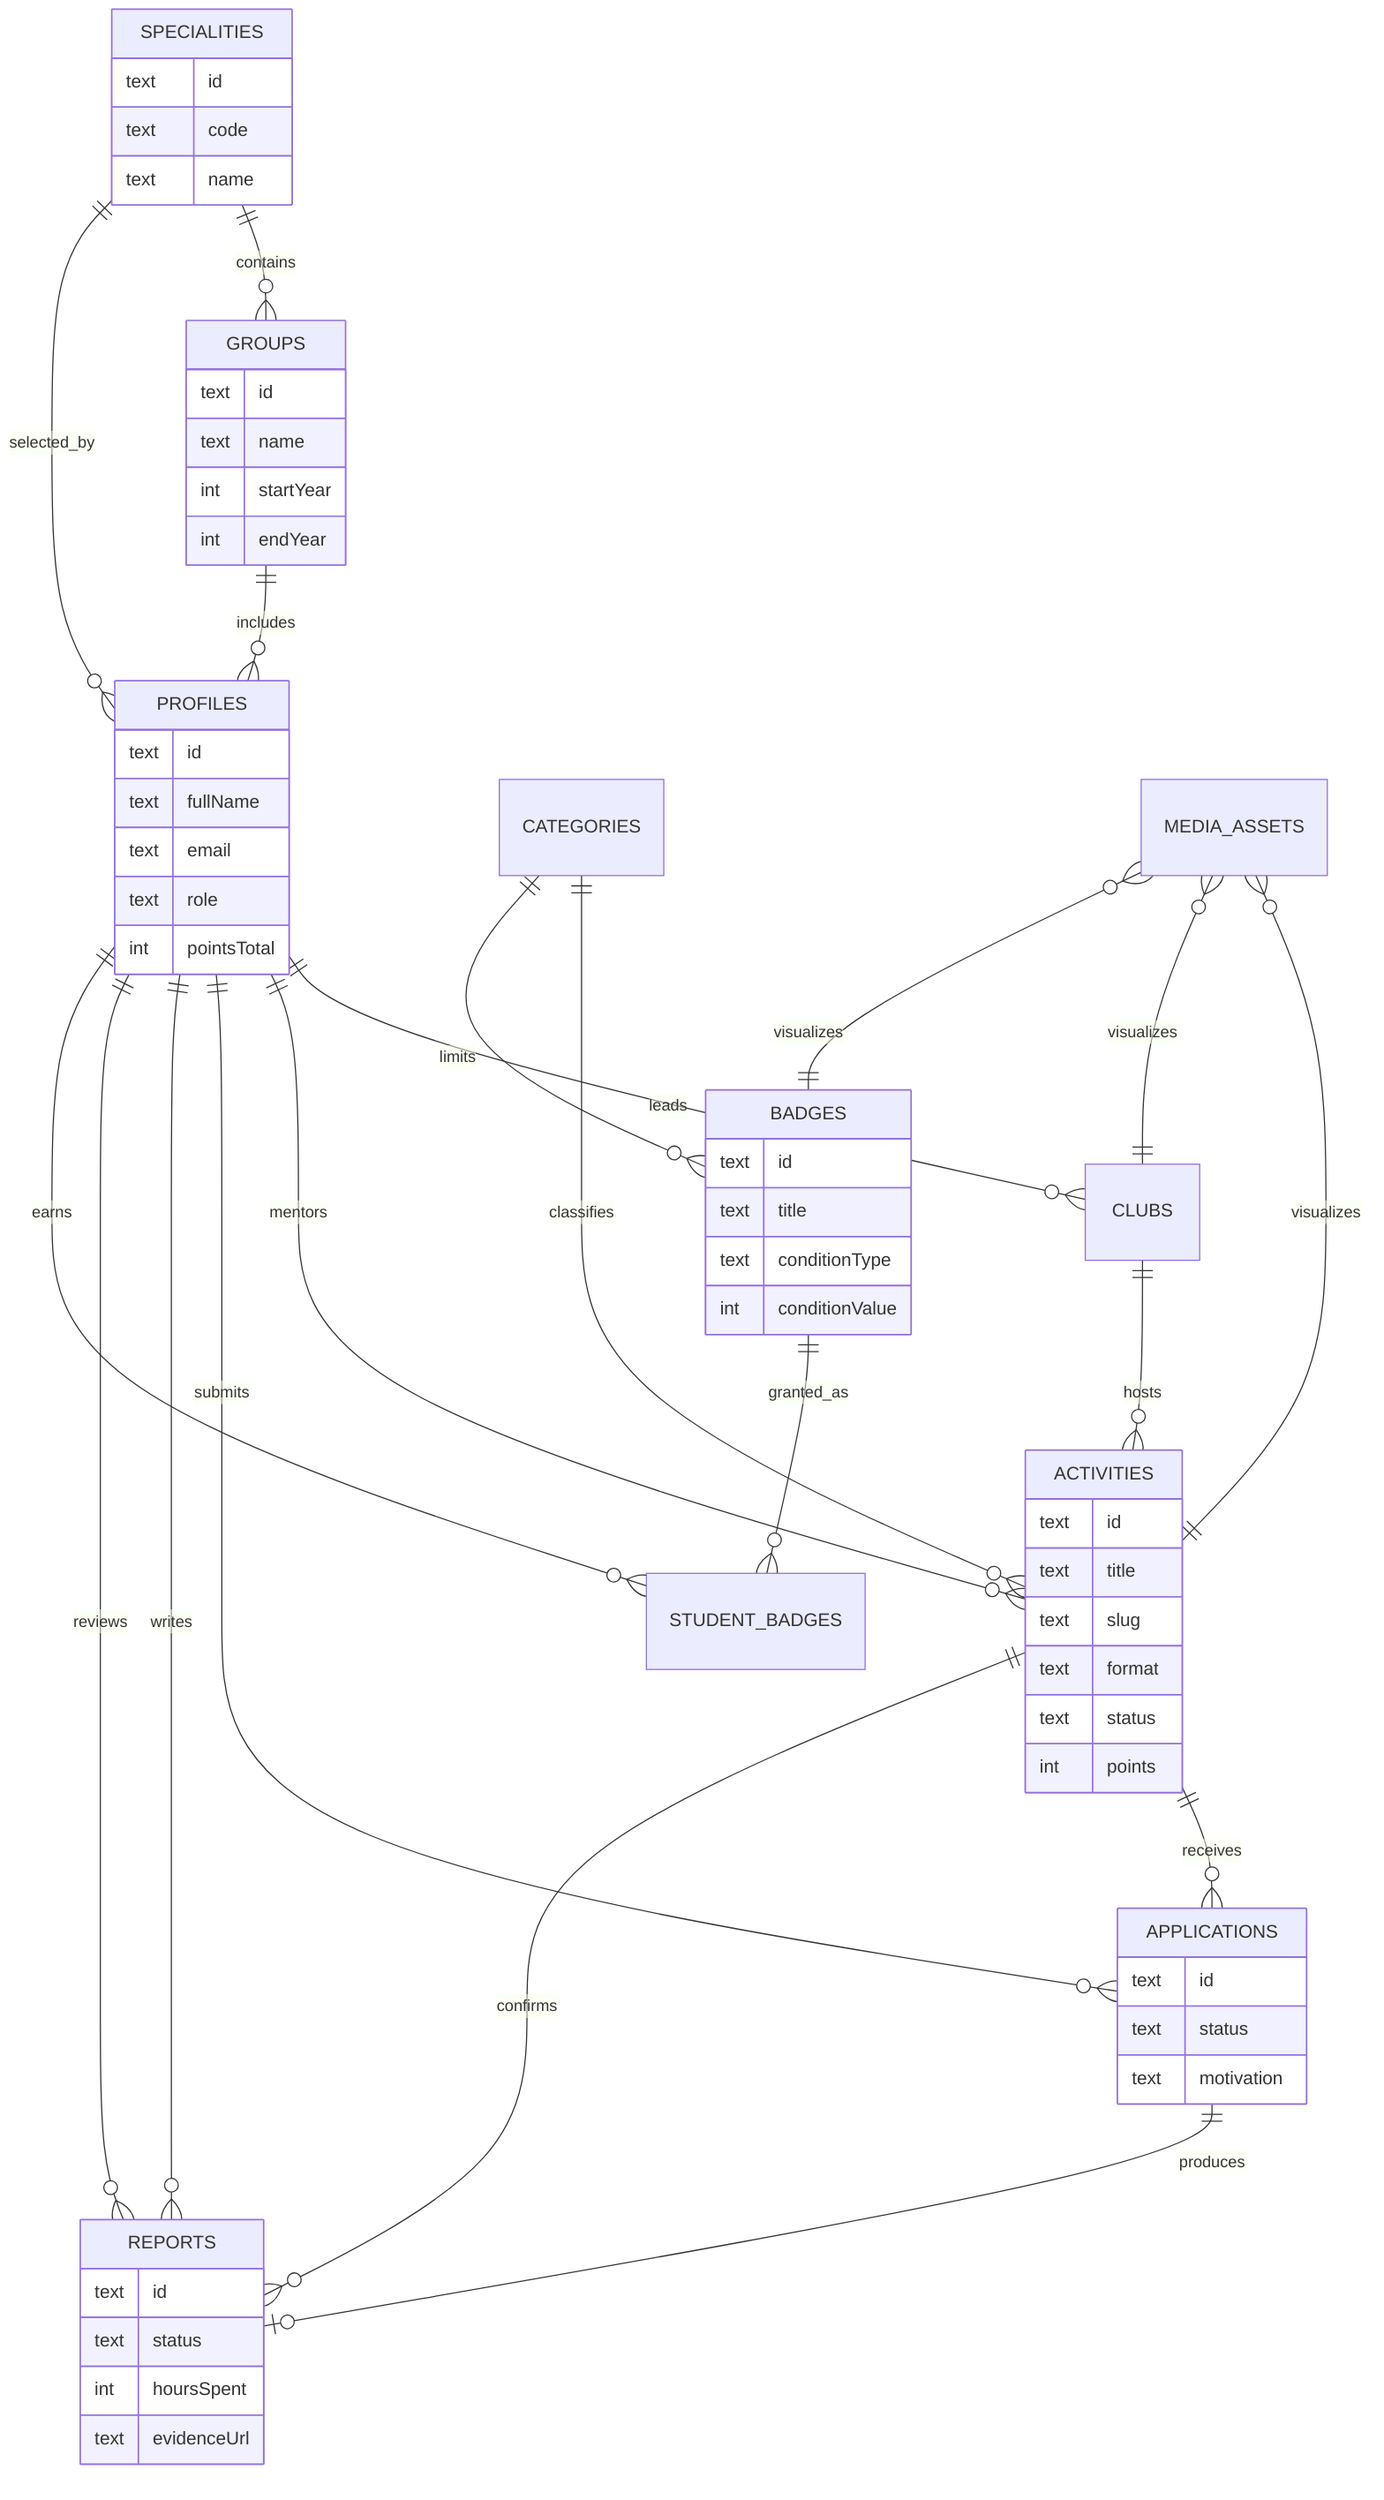
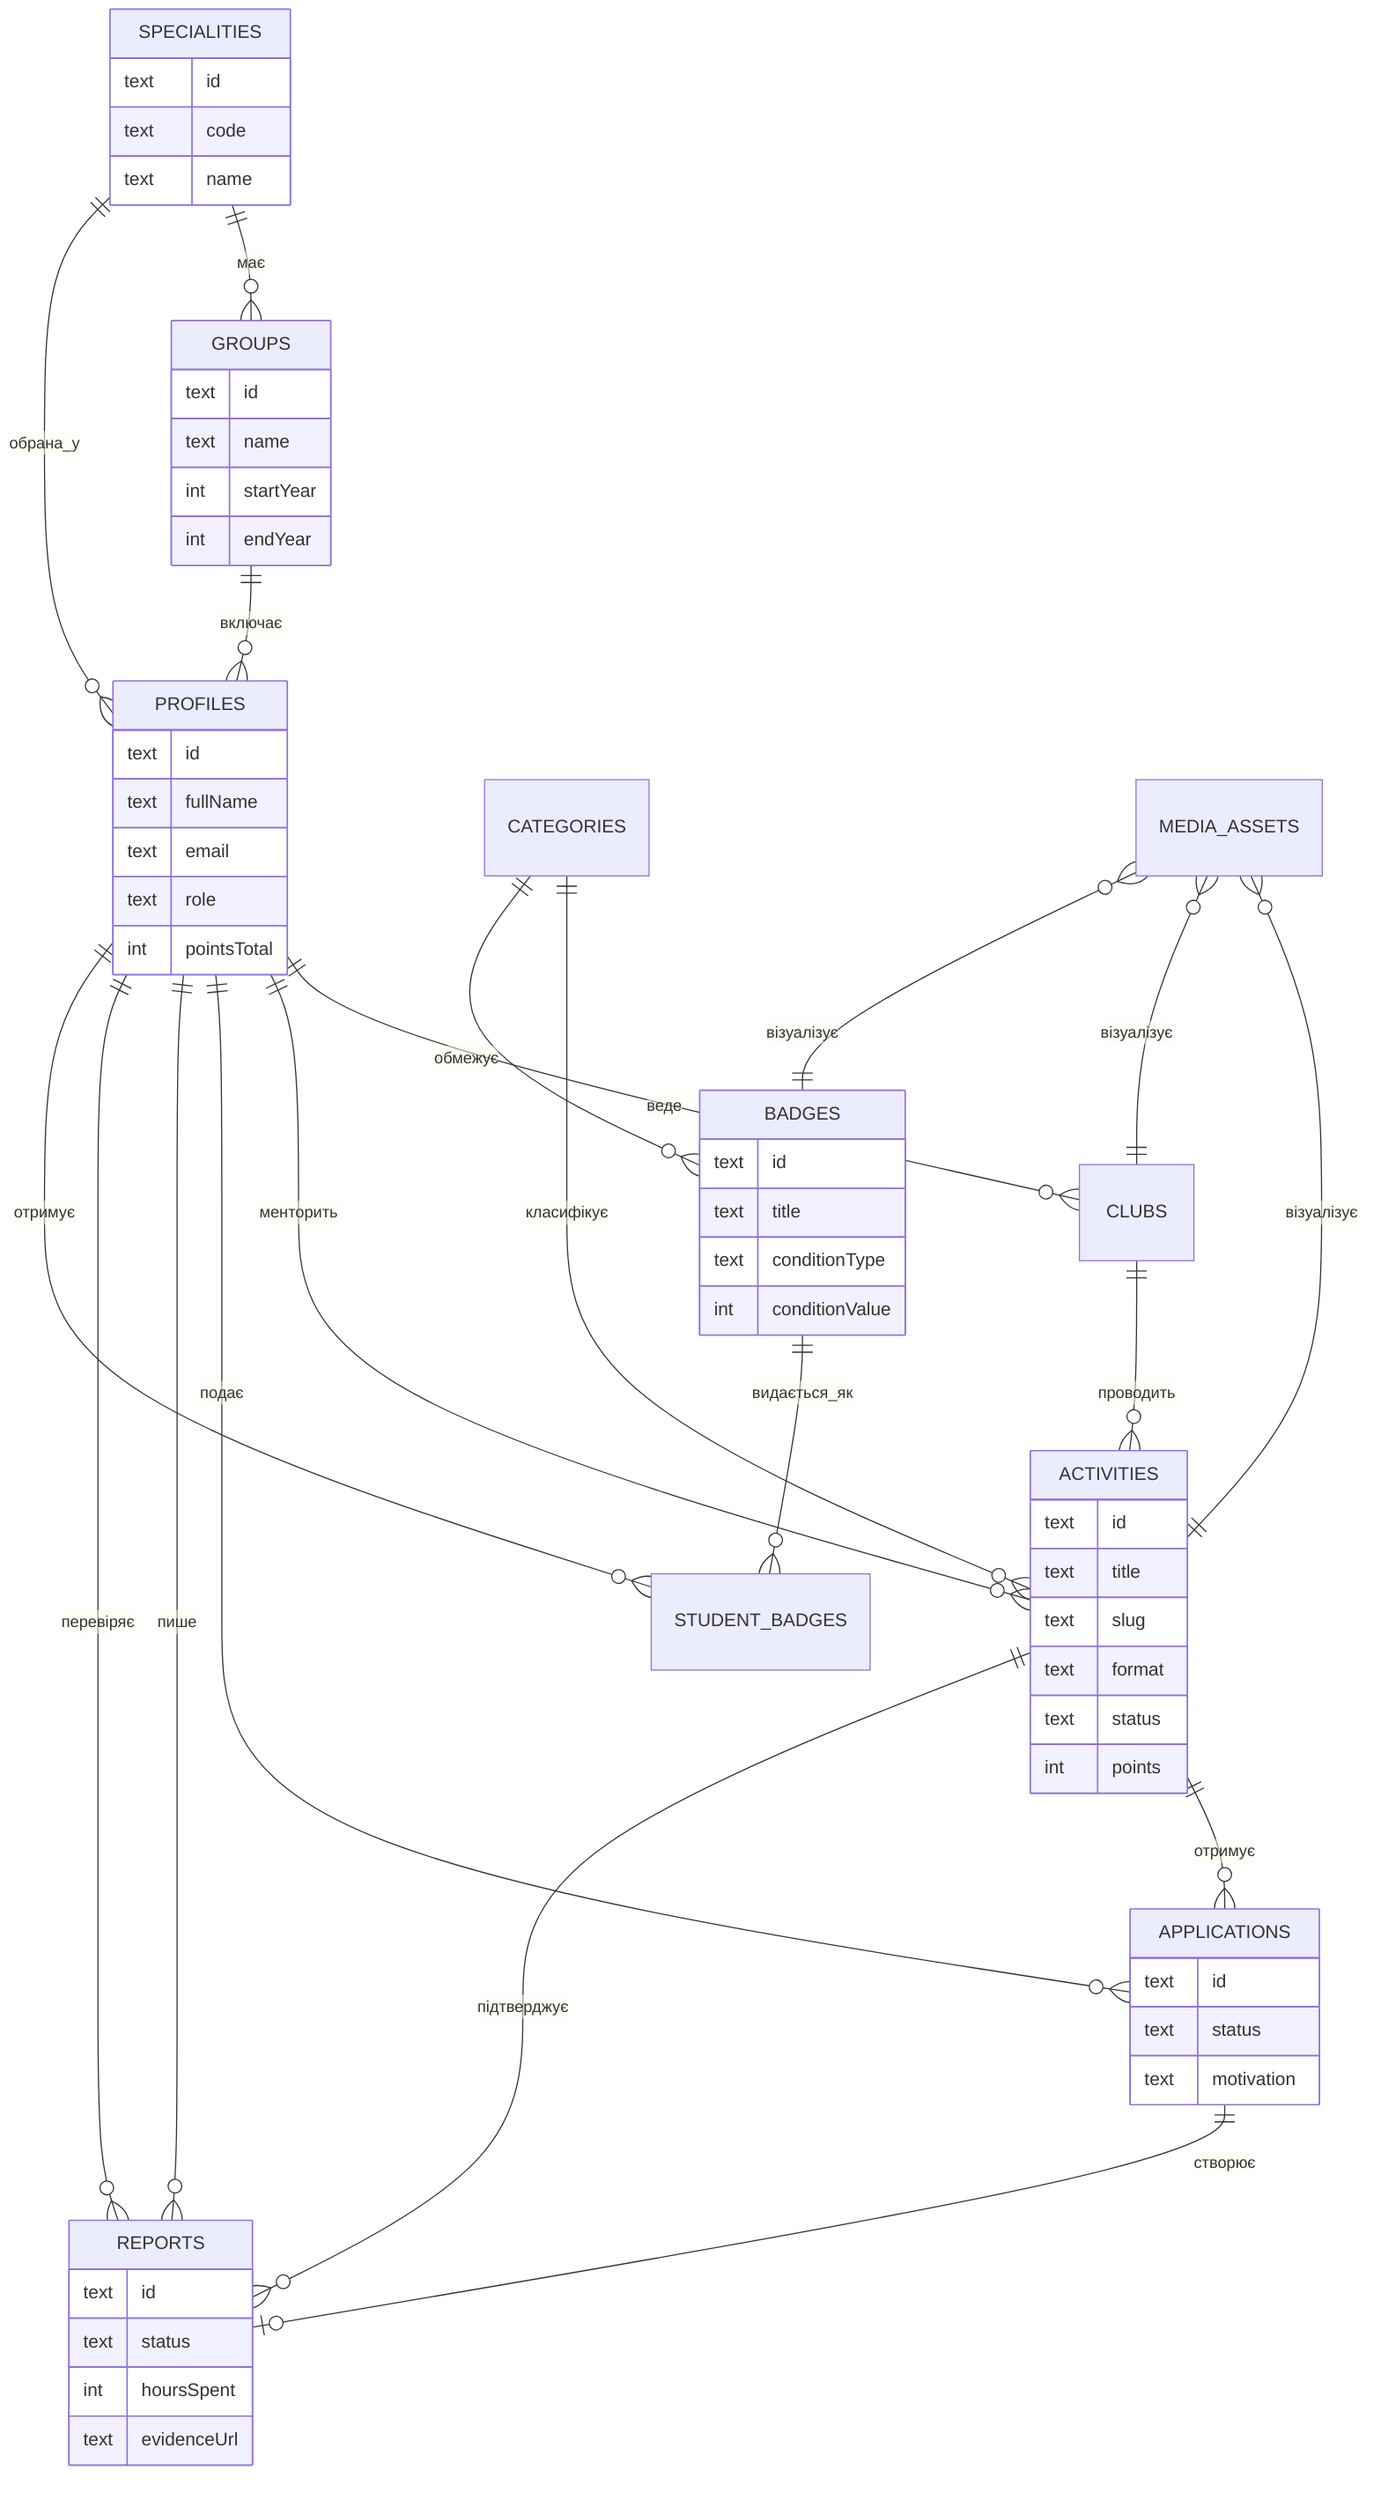
erDiagram
-   SPECIALITIES ||--o{ GROUPS : contains
-   SPECIALITIES ||--o{ PROFILES : selected_by
-   GROUPS ||--o{ PROFILES : includes
-   PROFILES ||--o{ CLUBS : leads
-   PROFILES ||--o{ ACTIVITIES : mentors
-   PROFILES ||--o{ APPLICATIONS : submits
-   PROFILES ||--o{ REPORTS : writes
-   PROFILES ||--o{ REPORTS : reviews
-   CATEGORIES ||--o{ ACTIVITIES : classifies
-   CATEGORIES ||--o{ BADGES : limits
-   CLUBS ||--o{ ACTIVITIES : hosts
-   ACTIVITIES ||--o{ APPLICATIONS : receives
-   ACTIVITIES ||--o{ REPORTS : confirms
-   APPLICATIONS ||--o| REPORTS : produces
-   BADGES ||--o{ STUDENT_BADGES : granted_as
-   PROFILES ||--o{ STUDENT_BADGES : earns
-   MEDIA_ASSETS }o--|| ACTIVITIES : visualizes
-   MEDIA_ASSETS }o--|| CLUBS : visualizes
-   MEDIA_ASSETS }o--|| BADGES : visualizes
+   SPECIALITIES ||--o{ GROUPS : має
+   SPECIALITIES ||--o{ PROFILES : обрана_у
+   GROUPS ||--o{ PROFILES : включає
+   PROFILES ||--o{ CLUBS : веде
+   PROFILES ||--o{ ACTIVITIES : менторить
+   PROFILES ||--o{ APPLICATIONS : подає
+   PROFILES ||--o{ REPORTS : пише
+   PROFILES ||--o{ REPORTS : перевіряє
+   CATEGORIES ||--o{ ACTIVITIES : класифікує
+   CATEGORIES ||--o{ BADGES : обмежує
+   CLUBS ||--o{ ACTIVITIES : проводить
+   ACTIVITIES ||--o{ APPLICATIONS : отримує
+   ACTIVITIES ||--o{ REPORTS : підтверджує
+   APPLICATIONS ||--o| REPORTS : створює
+   BADGES ||--o{ STUDENT_BADGES : видається_як
+   PROFILES ||--o{ STUDENT_BADGES : отримує
+   MEDIA_ASSETS }o--|| ACTIVITIES : візуалізує
+   MEDIA_ASSETS }o--|| CLUBS : візуалізує
+   MEDIA_ASSETS }o--|| BADGES : візуалізує

  SPECIALITIES {
    text id
    text code
    text name
  }
  GROUPS {
    text id
    text name
    int startYear
    int endYear
  }
  PROFILES {
    text id
    text fullName
    text email
    text role
    int pointsTotal
  }
  ACTIVITIES {
    text id
    text title
    text slug
    text format
    text status
    int points
  }
  APPLICATIONS {
    text id
    text status
    text motivation
  }
  REPORTS {
    text id
    text status
    int hoursSpent
    text evidenceUrl
  }
  BADGES {
    text id
    text title
    text conditionType
    int conditionValue
  }
